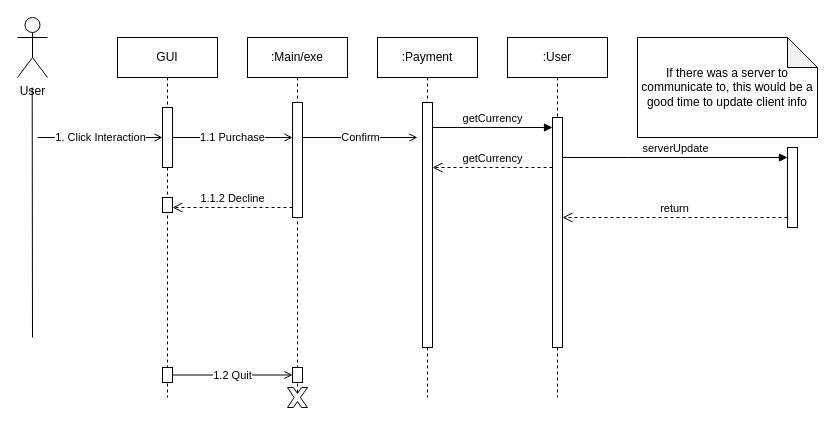
Before: Sequence.drawio in KO-KAYO/csprojectUML, a draw.io diagram. Source tidied: cells renumbered, new cells numbered last; positions are measured from the earlier drawing's top-left corner, leaving out a move shared by most shapes. Both pictures are drawn from the tidied source at 100%, with x=0, y=0 at pixel (17, 17).
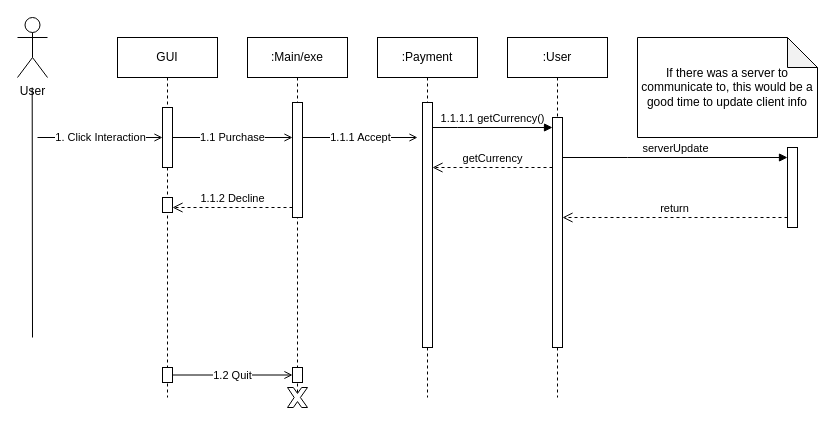
The same diagram, later.

Unchanged cells that the change refers to:
```xml
<mxCell id="3" style="html=1;points=[];perimeter=orthogonalPerimeter;outlineConnect=0;targetShapes=umlLifeline;portConstraint=eastwest;newEdgeStyle={&quot;edgeStyle&quot;:&quot;elbowEdgeStyle&quot;,&quot;elbow&quot;:&quot;vertical&quot;,&quot;curved&quot;:0,&quot;rounded&quot;:0};" parent="2" vertex="1">
  <mxGeometry x="45" y="65" width="10" height="245" as="geometry" />
</mxCell>
<mxCell id="5" style="html=1;points=[];perimeter=orthogonalPerimeter;outlineConnect=0;targetShapes=umlLifeline;portConstraint=eastwest;newEdgeStyle={&quot;edgeStyle&quot;:&quot;elbowEdgeStyle&quot;,&quot;elbow&quot;:&quot;vertical&quot;,&quot;curved&quot;:0,&quot;rounded&quot;:0};" parent="4" vertex="1">
  <mxGeometry x="45" y="80" width="10" height="230" as="geometry" />
</mxCell>
<mxCell id="19" style="html=1;points=[];perimeter=orthogonalPerimeter;outlineConnect=0;targetShapes=umlLifeline;portConstraint=eastwest;newEdgeStyle={&quot;edgeStyle&quot;:&quot;elbowEdgeStyle&quot;,&quot;elbow&quot;:&quot;vertical&quot;,&quot;curved&quot;:0,&quot;rounded&quot;:0};" parent="18" vertex="1">
  <mxGeometry x="45" y="65" width="10" height="115" as="geometry" />
</mxCell>
```

What changed in the source:
```diff
@@
-    <mxCell id="6" value="getCurrency" style="html=1;verticalAlign=bottom;endArrow=block;edgeStyle=elbowEdgeStyle;elbow=vertical;curved=0;rounded=0;" parent="1" edge="1" source="3" target="5">
+    <mxCell id="6" value="1.1.1.1 getCurrency()" style="html=1;verticalAlign=bottom;endArrow=block;edgeStyle=elbowEdgeStyle;elbow=vertical;curved=0;rounded=0;" parent="1" edge="1">
       <mxGeometry relative="1" as="geometry">
+        <mxPoint x="415" y="110" as="sourcePoint" />
+        <mxPoint x="535" y="110" as="targetPoint" />
         <Array as="points">
           <mxPoint x="440" y="110" />
         </Array>
       </mxGeometry>
     </mxCell>
@@
-    <mxCell id="22" value="Confirm" style="endArrow=open;html=1;rounded=0;endFill=0;" parent="1" edge="1" source="19">
+    <mxCell id="22" value="1.1.1 Accept" style="endArrow=open;html=1;rounded=0;endFill=0;" parent="1" edge="1">
       <mxGeometry relative="1" as="geometry">
+        <mxPoint x="285" y="120" as="sourcePoint" />
         <mxPoint x="400" y="120" as="targetPoint" />
       </mxGeometry>
     </mxCell>
```
